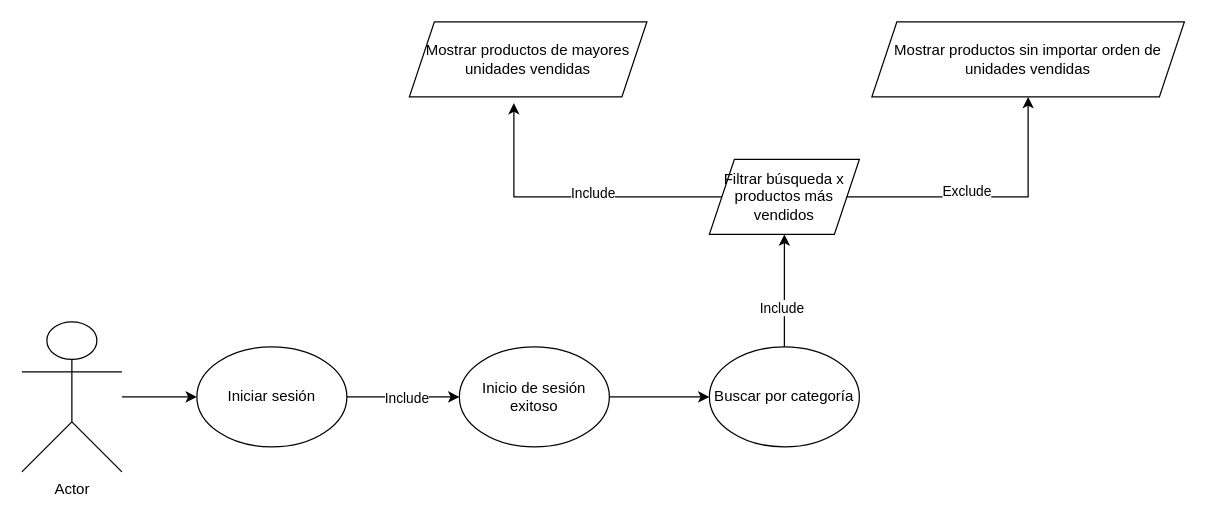
This is Lo mas vendido.drawio from Juan-Camilo-Ramirez/Ing_Requisitos, a draw.io file, before an edit. Source tidied: cells renumbered, new cells numbered last; positions are measured from the earlier drawing's top-left corner, leaving out a move shared by most shapes. Both pictures are drawn from the tidied source at 125%, with x=0, y=0 at pixel (21, 21).
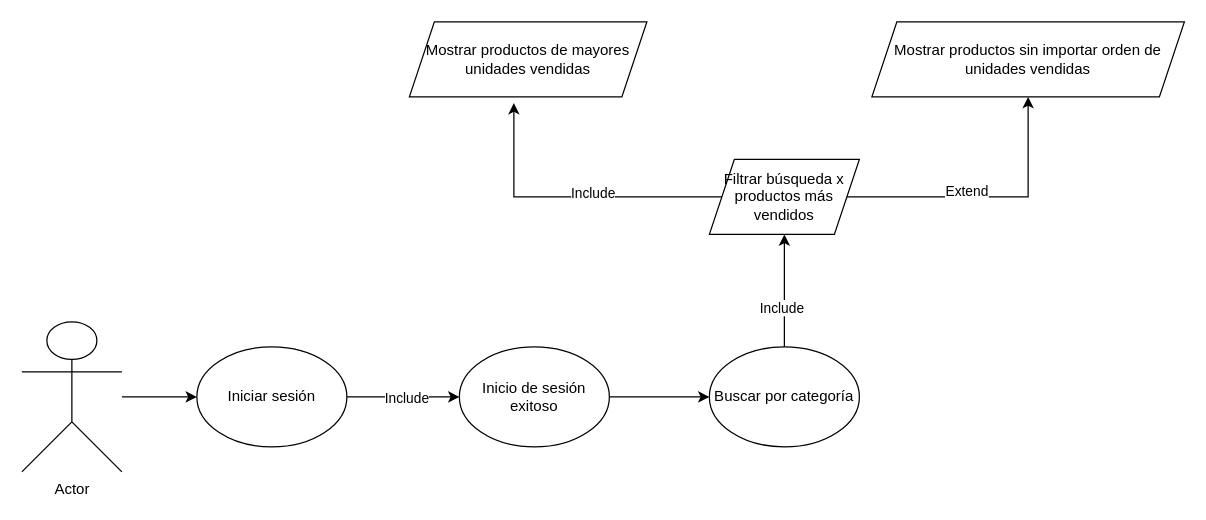
The same page after the edit.

Change to the diagram source:
```diff
@@
 <mxGraphModel>
   <root>
     <mxCell id="0" />
     <mxCell id="1" parent="0" />
     <mxCell id="2" style="edgeStyle=orthogonalEdgeStyle;rounded=0;jettySize=auto;html=1;" parent="1" edge="1" source="3" target="6">
       <mxGeometry relative="1" as="geometry" />
     </mxCell>
     <mxCell id="3" value="Actor" style="shape=umlActor;verticalLabelPosition=bottom;verticalAlign=top;html=1;outlineConnect=0;" parent="1" vertex="1">
       <mxGeometry y="240" width="80" height="120" as="geometry" />
     </mxCell>
     <mxCell id="4" style="edgeStyle=orthogonalEdgeStyle;rounded=0;jettySize=auto;html=1;entryX=0;entryY=0.5;entryDx=0;entryDy=0;" parent="1" edge="1" source="6" target="8">
       <mxGeometry relative="1" as="geometry" />
     </mxCell>
     <mxCell id="5" value="Include" style="edgeLabel;html=1;align=center;verticalAlign=middle;" parent="4" vertex="1">
       <mxGeometry x="0.04" relative="1" as="geometry" />
     </mxCell>
     <mxCell id="6" value="Iniciar sesión" style="ellipse;whiteSpace=wrap;html=1;" parent="1" vertex="1">
       <mxGeometry x="140" y="260" width="120" height="80" as="geometry" />
     </mxCell>
     <mxCell id="7" style="edgeStyle=orthogonalEdgeStyle;rounded=0;jettySize=auto;html=1;exitX=1;exitY=0.5;exitDx=0;exitDy=0;entryX=0;entryY=0.5;entryDx=0;entryDy=0;" parent="1" edge="1" source="8" target="11">
       <mxGeometry relative="1" as="geometry" />
     </mxCell>
     <mxCell id="8" value="Inicio de sesión exitoso" style="ellipse;whiteSpace=wrap;html=1;" parent="1" vertex="1">
       <mxGeometry x="350" y="260" width="120" height="80" as="geometry" />
     </mxCell>
     <mxCell id="9" style="edgeStyle=orthogonalEdgeStyle;rounded=0;jettySize=auto;html=1;entryX=0.5;entryY=1;entryDx=0;entryDy=0;" parent="1" edge="1" source="11" target="14">
       <mxGeometry relative="1" as="geometry" />
     </mxCell>
     <mxCell id="10" value="Include" style="edgeLabel;html=1;align=center;verticalAlign=middle;" parent="9" vertex="1">
       <mxGeometry x="-0.28" y="3" relative="1" as="geometry" />
     </mxCell>
     <mxCell id="11" value="Buscar por categoría" style="ellipse;whiteSpace=wrap;html=1;" parent="1" vertex="1">
       <mxGeometry x="550" y="260" width="120" height="80" as="geometry" />
     </mxCell>
     <mxCell id="12" style="edgeStyle=orthogonalEdgeStyle;rounded=0;jettySize=auto;html=1;entryX=0.5;entryY=1;entryDx=0;entryDy=0;" parent="1" edge="1" source="14" target="16">
       <mxGeometry relative="1" as="geometry" />
     </mxCell>
-    <mxCell id="13" value="Exclude" style="edgeLabel;html=1;align=center;verticalAlign=middle;" parent="12" vertex="1">
+    <mxCell id="13" value="Extend" style="edgeLabel;html=1;align=center;verticalAlign=middle;" parent="12" vertex="1">
       <mxGeometry x="-0.16" y="5" relative="1" as="geometry" />
     </mxCell>
     <mxCell id="14" value="Filtrar búsqueda x productos más vendidos" style="shape=parallelogram;perimeter=parallelogramPerimeter;whiteSpace=wrap;html=1;fixedSize=1;" parent="1" vertex="1">
       <mxGeometry x="550" y="110" width="120" height="60" as="geometry" />
     </mxCell>
     <mxCell id="15" value="Mostrar productos de mayores unidades vendidas" style="shape=parallelogram;perimeter=parallelogramPerimeter;whiteSpace=wrap;html=1;fixedSize=1;" parent="1" vertex="1">
       <mxGeometry x="310" width="190" height="60" as="geometry" />
     </mxCell>
     <mxCell id="16" value="Mostrar productos sin importar orden de unidades vendidas" style="shape=parallelogram;perimeter=parallelogramPerimeter;whiteSpace=wrap;html=1;fixedSize=1;" parent="1" vertex="1">
       <mxGeometry x="680" width="250" height="60" as="geometry" />
     </mxCell>
     <mxCell id="17" style="edgeStyle=orthogonalEdgeStyle;rounded=0;jettySize=auto;html=1;entryX=0.44;entryY=1.083;entryDx=0;entryDy=0;entryPerimeter=0;" parent="1" edge="1" source="14" target="15">
       <mxGeometry relative="1" as="geometry" />
     </mxCell>
     <mxCell id="18" value="Include" style="edgeLabel;html=1;align=center;verticalAlign=middle;" parent="17" vertex="1">
       <mxGeometry x="-0.14" y="-4" relative="1" as="geometry" />
     </mxCell>
   </root>
 </mxGraphModel>
```
